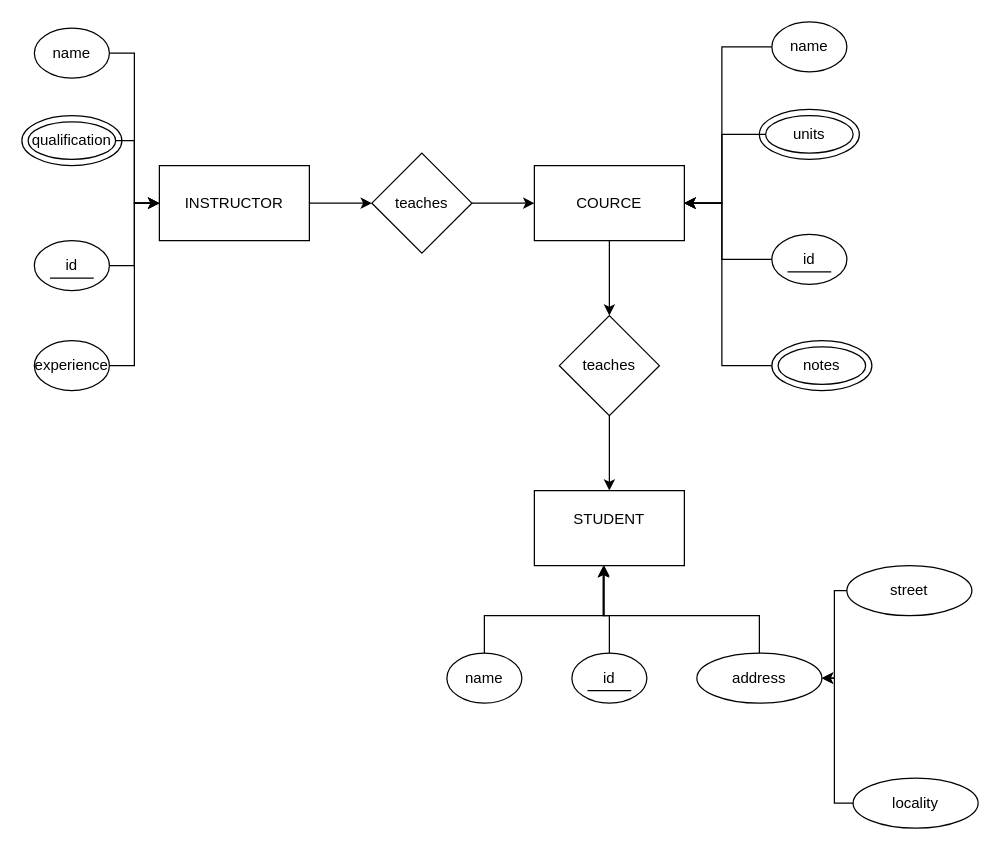
The draw.io diagram page "Page-1" (1 of 3) of Untitled Diagram.drawio in samu4803/ERdiagrams, before the edit. Source tidied: cells renumbered, new cells numbered last; positions are measured from the earlier drawing's top-left corner, leaving out a move shared by most shapes. Both pictures are drawn from the tidied source at 125%, with x=0, y=0 at pixel (21, 21).
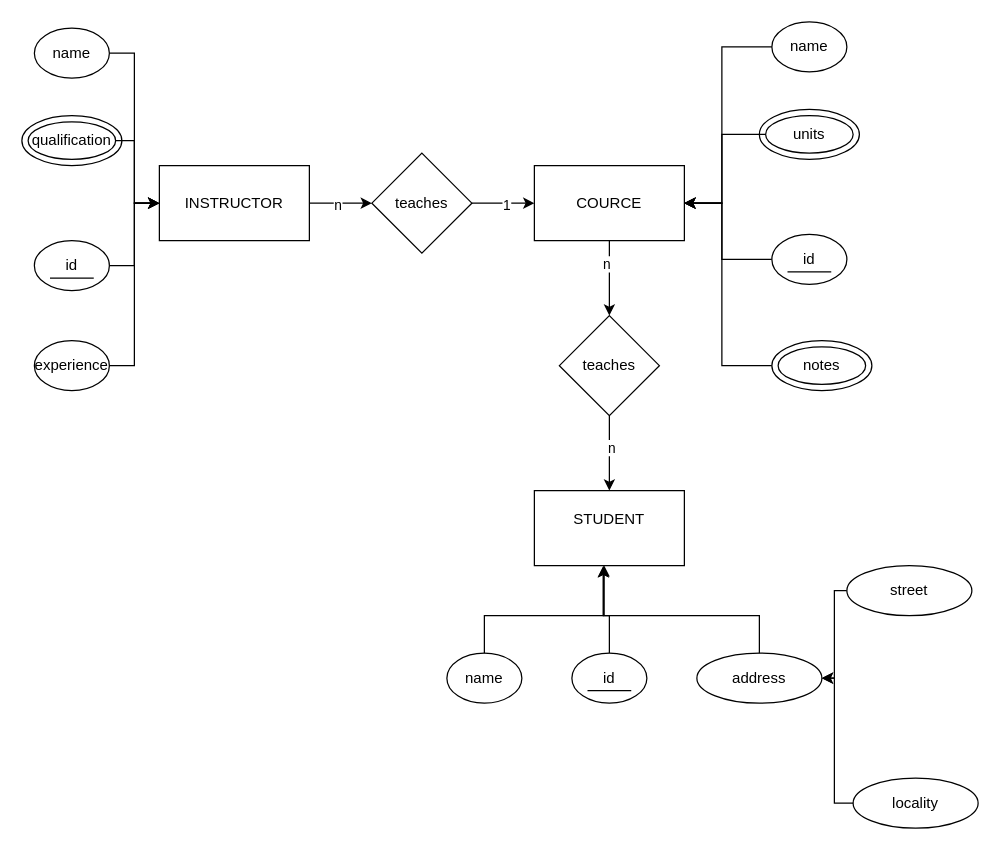
After the change.

Unchanged cells that the change refers to:
```xml
<mxCell id="2" style="edgeStyle=orthogonalEdgeStyle;rounded=0;jettySize=auto;html=1;" parent="1" edge="1" source="3" target="8">
  <mxGeometry relative="1" as="geometry" />
</mxCell>
<mxCell id="5" style="edgeStyle=orthogonalEdgeStyle;rounded=0;jettySize=auto;html=1;entryX=0.5;entryY=0;entryDx=0;entryDy=0;" parent="1" edge="1" source="6" target="10">
  <mxGeometry relative="1" as="geometry" />
</mxCell>
<mxCell id="7" style="edgeStyle=orthogonalEdgeStyle;rounded=0;jettySize=auto;html=1;entryX=0;entryY=0.5;entryDx=0;entryDy=0;" parent="1" edge="1" source="8" target="6">
  <mxGeometry relative="1" as="geometry" />
</mxCell>
<mxCell id="9" style="edgeStyle=orthogonalEdgeStyle;rounded=0;jettySize=auto;html=1;" parent="1" edge="1" source="10" target="4">
  <mxGeometry relative="1" as="geometry" />
</mxCell>
```

The edit, as a diff of the source:
```diff
@@
+    <mxCell id="43" value="n" style="edgeLabel;html=1;align=center;verticalAlign=middle;" parent="2" vertex="1">
+      <mxGeometry x="-0.14" y="-1" relative="1" as="geometry" />
+    </mxCell>
@@
+    <mxCell id="44" value="n" style="edgeLabel;html=1;align=center;verticalAlign=middle;" parent="5" vertex="1">
+      <mxGeometry x="-0.39" y="-3" relative="1" as="geometry" />
+    </mxCell>
@@
+    <mxCell id="45" value="1" style="edgeLabel;html=1;align=center;verticalAlign=middle;" parent="7" vertex="1">
+      <mxGeometry x="0.09" y="-1" relative="1" as="geometry" />
+    </mxCell>
@@
+    <mxCell id="46" value="n" style="edgeLabel;html=1;align=center;verticalAlign=middle;" parent="9" vertex="1">
+      <mxGeometry x="-0.16" y="1" relative="1" as="geometry" />
+    </mxCell>
```
